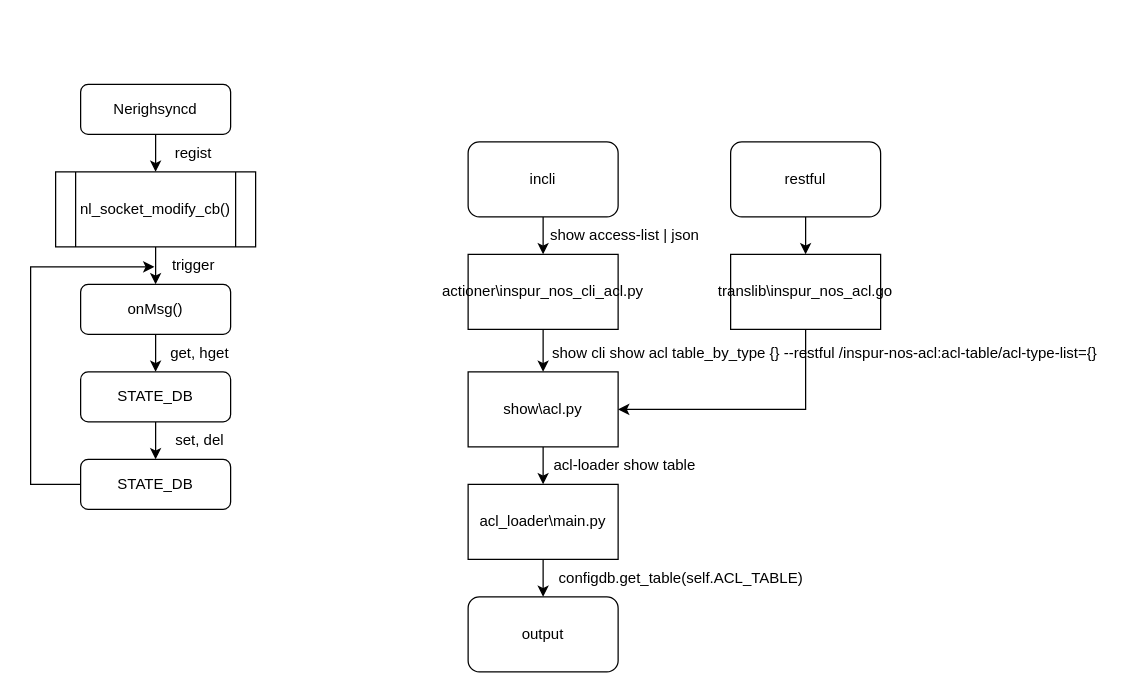
The draw.io diagram 未命名绘图.drawio in christ7622/GGYY, before the edit. Source tidied: cells renumbered, new cells numbered last; positions are measured from the earlier drawing's top-left corner, leaving out a move shared by most shapes. Both pictures are drawn from the tidied source at 125%, with x=0, y=0 at pixel (30, 84).
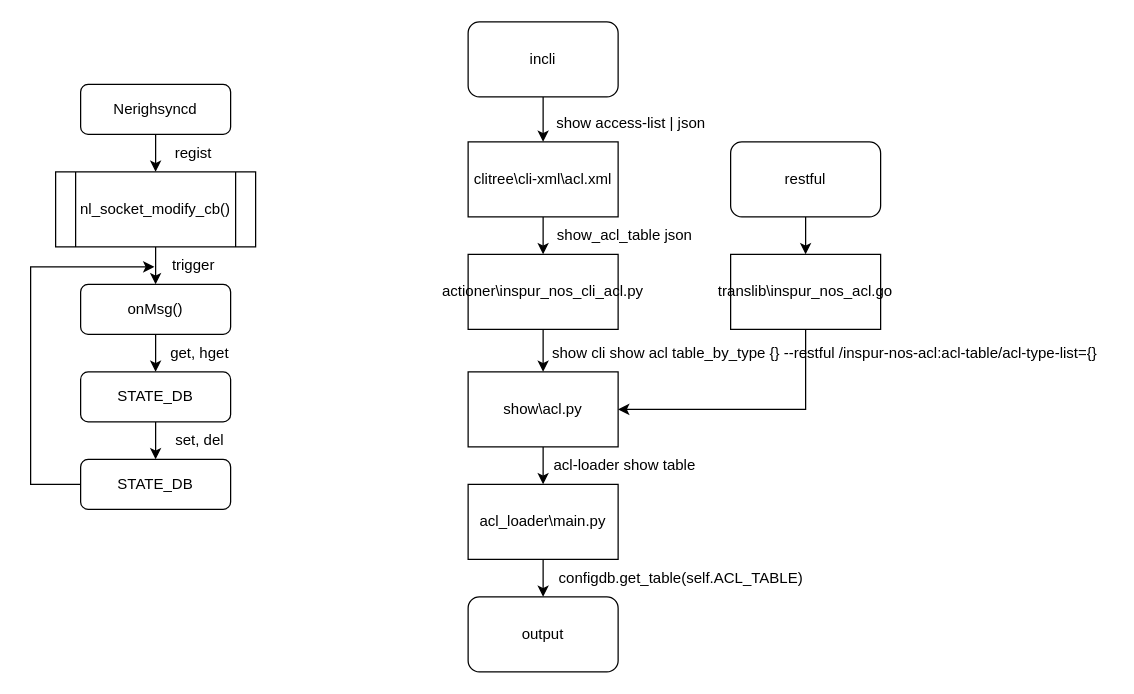
The same diagram, later.

Commit message:
更新未命名绘图.drawio

Unchanged cells that the change refers to:
```xml
<mxCell id="23" value="actioner\inspur_nos_cli_acl.py" style="whiteSpace=wrap;html=1;" parent="1" vertex="1">
  <mxGeometry x="350" y="136" width="120" height="60" as="geometry" />
</mxCell>
```

Diff of the diagram source:
```diff
@@
-    <mxCell id="21" style="edgeStyle=orthogonalEdgeStyle;rounded=0;jettySize=auto;html=1;" parent="1" edge="1" source="22" target="23">
-      <mxGeometry relative="1" as="geometry" />
-    </mxCell>
+    <mxCell id="33" style="edgeStyle=orthogonalEdgeStyle;rounded=0;jettySize=auto;html=1;" parent="1" edge="1" source="22" target="35">
+      <mxGeometry relative="1" as="geometry" />
+    </mxCell>
     <mxCell id="22" value="incli" style="rounded=1;whiteSpace=wrap;html=1;" parent="1" vertex="1">
-      <mxGeometry x="350" y="46" width="120" height="60" as="geometry" />
+      <mxGeometry x="350" y="-50" width="120" height="60" as="geometry" />
     </mxCell>
@@
     <mxCell id="25" value="show access-list | json" style="text;html=1;align=center;verticalAlign=middle;strokeColor=none;fillColor=none;" parent="1" vertex="1">
-      <mxGeometry x="405" y="106" width="140" height="30" as="geometry" />
+      <mxGeometry x="410" y="16" width="140" height="30" as="geometry" />
     </mxCell>
@@
+    <mxCell id="34" style="edgeStyle=orthogonalEdgeStyle;rounded=0;jettySize=auto;html=1;exitX=0.5;exitY=1;exitDx=0;exitDy=0;entryX=0.5;entryY=0;entryDx=0;entryDy=0;" parent="1" edge="1" source="35" target="23">
+      <mxGeometry relative="1" as="geometry" />
+    </mxCell>
+    <mxCell id="35" value="clitree\cli-xml\acl.xml" style="whiteSpace=wrap;html=1;" parent="1" vertex="1">
+      <mxGeometry x="350" y="46" width="120" height="60" as="geometry" />
+    </mxCell>
+    <mxCell id="36" value="show_acl_table json" style="text;html=1;align=center;verticalAlign=middle;strokeColor=none;fillColor=none;" parent="1" vertex="1">
+      <mxGeometry x="410" y="106" width="130" height="30" as="geometry" />
+    </mxCell>
```
